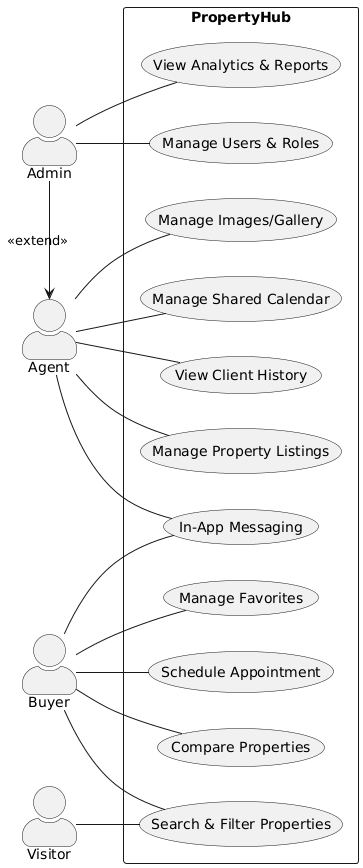
This is Presentation/images/globalUseCase.png from AZIZ-Soufiane/PropertyHub-PFE, a PlantUML export, as it was before one commit.
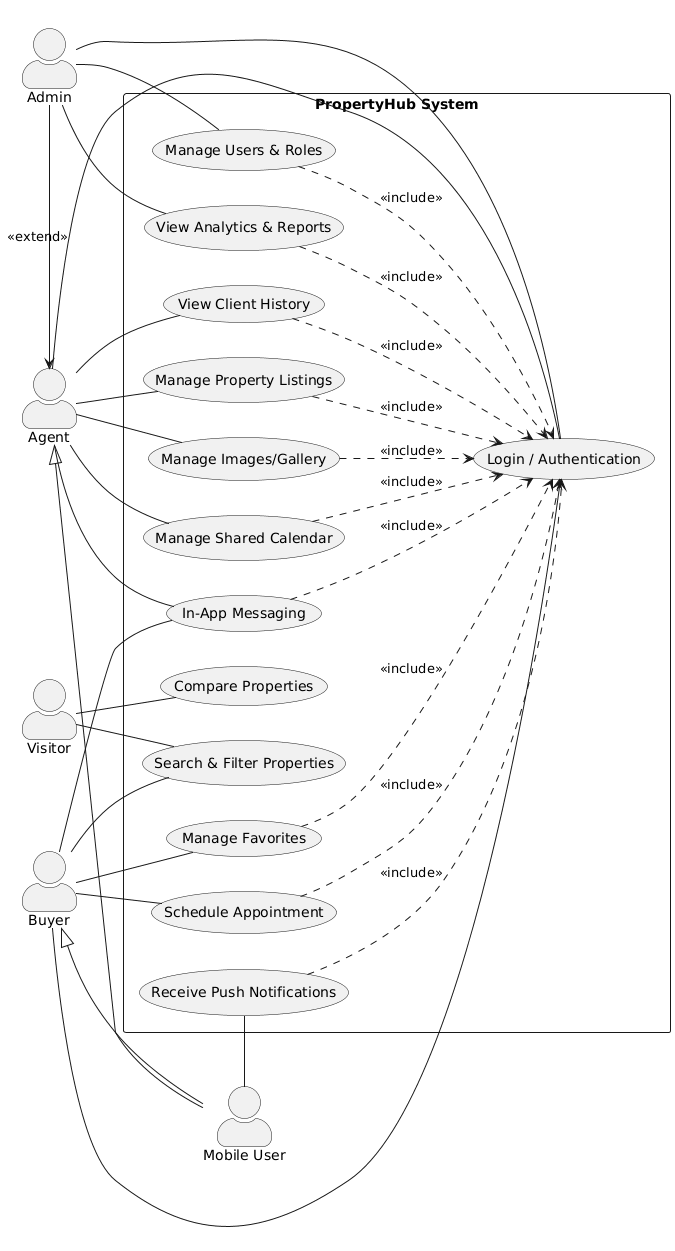
The same diagram one commit later.

The edit, as a diff of the source:
```diff
@@ -8,9 +8,11 @@
 actor "Buyer"            as Client
 actor "Agent"            as Agent
 actor "Admin"            as Admin
+actor "Mobile User"      as Mob
 
-rectangle "PropertyHub" {
+rectangle "PropertyHub System" {
 
+    (Login / Authentication)        as UC0
     (Search & Filter Properties)    as UC1
     (Compare Properties)            as UC2
     (Manage Favorites)              as UC3
@@ -22,23 +24,43 @@
     (View Client History)           as UC9
     (Manage Users & Roles)          as UC10
     (View Analytics & Reports)      as UC11
+    (Receive Push Notifications)    as UC12
 }
 
 Vis    -- UC1
+Vis    -- UC2
+
+Client -- UC0
 Client -- UC1
-Client -- UC2
 Client -- UC3
 Client -- UC4
 Client -- UC5
 
+Agent  -- UC0
 Agent  -- UC5
 Agent  -- UC6
 Agent  -- UC7
 Agent  -- UC8
 Agent  -- UC9
 
+Admin  -- UC0
 Admin  -- UC10
 Admin  -- UC11
 
+Mob    -- UC12
+Client <|-- Mob
+Agent  <|-- Mob
+
+UC3  ..> UC0 : <<include>>
+UC4  ..> UC0 : <<include>>
+UC5  ..> UC0 : <<include>>
+UC6  ..> UC0 : <<include>>
+UC7  ..> UC0 : <<include>>
+UC8  ..> UC0 : <<include>>
+UC9  ..> UC0 : <<include>>
+UC10 ..> UC0 : <<include>>
+UC11 ..> UC0 : <<include>>
+UC12 ..> UC0 : <<include>>
+
 Admin -right-> Agent : <<extend>>
 @enduml
```
